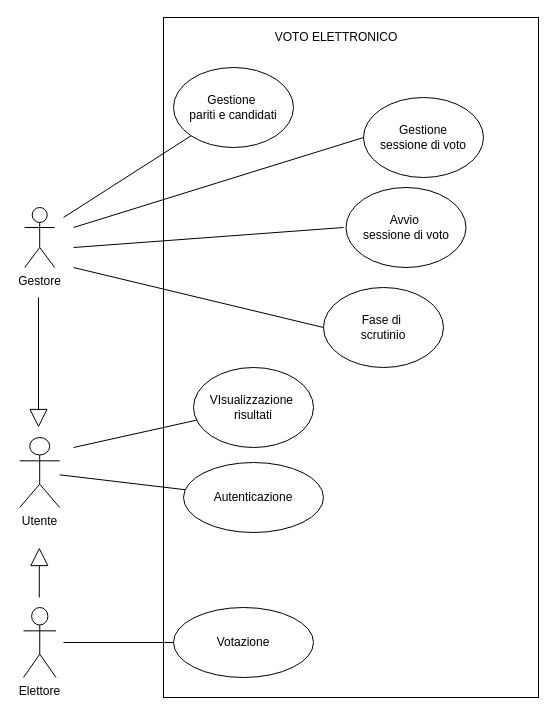
Above: page "Pagina-1" (1 of 2) of docs/Casi d'uso.drawio in gbrsni/votoElettronico (draw.io), before the change. Source tidied: cells renumbered, new cells numbered last; positions are measured from the earlier drawing's top-left corner, leaving out a move shared by most shapes. Both pictures are drawn from the tidied source at 100%, with x=0, y=0 at pixel (19, 17).
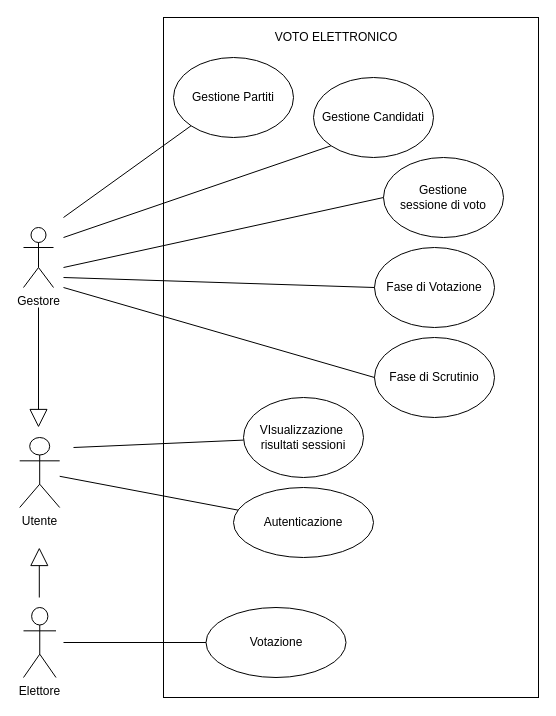
Above is the later version.

Commit message (it also covers changes not shown here):
divisione casi d'uso partiti e candidati

Diff of the diagram source:
```diff
@@
     <mxCell id="6" value="Gestore" style="shape=umlActor;verticalLabelPosition=bottom;verticalAlign=top;html=1;" parent="1" vertex="1">
-      <mxGeometry x="5.2" y="190" width="30" height="60" as="geometry" />
+      <mxGeometry x="4" y="210" width="30" height="60" as="geometry" />
     </mxCell>
@@
     <mxCell id="8" value="Gestione&lt;br&gt;sessione di voto&lt;br&gt;" style="ellipse;whiteSpace=wrap;html=1;" parent="1" vertex="1">
-      <mxGeometry x="344" y="80" width="120" height="80" as="geometry" />
+      <mxGeometry x="364" y="140" width="120" height="80" as="geometry" />
     </mxCell>
-    <mxCell id="9" value="Avvio&amp;nbsp;&lt;br&gt;sessione di voto" style="ellipse;whiteSpace=wrap;html=1;" parent="1" vertex="1">
-      <mxGeometry x="326.5" y="170" width="120" height="80" as="geometry" />
+    <mxCell id="9" value="Fase di Votazione" style="ellipse;whiteSpace=wrap;html=1;" parent="1" vertex="1">
+      <mxGeometry x="355" y="230" width="120" height="80" as="geometry" />
     </mxCell>
     <mxCell id="10" style="endArrow=none;html=1;rounded=0;exitX=0;exitY=0.5;exitDx=0;exitDy=0;" parent="1" edge="1" source="8">
       <mxGeometry relative="1" as="geometry">
-        <mxPoint x="54" y="210" as="targetPoint" />
+        <mxPoint x="44" y="250" as="targetPoint" />
       </mxGeometry>
     </mxCell>
-    <mxCell id="11" value="Fase di&amp;nbsp;&lt;br&gt;scrutinio" style="ellipse;whiteSpace=wrap;html=1;" parent="1" vertex="1">
-      <mxGeometry x="304" y="270" width="120" height="80" as="geometry" />
+    <mxCell id="11" value="Fase di Scrutinio" style="ellipse;whiteSpace=wrap;html=1;" parent="1" vertex="1">
+      <mxGeometry x="355" y="320" width="120" height="80" as="geometry" />
     </mxCell>
     <mxCell id="12" style="endArrow=none;html=1;rounded=0;entryX=0;entryY=0.5;entryDx=0;entryDy=0;" parent="1" edge="1" target="11">
       <mxGeometry relative="1" as="geometry">
-        <mxPoint x="54" y="250" as="sourcePoint" />
+        <mxPoint x="44" y="270" as="sourcePoint" />
       </mxGeometry>
     </mxCell>
     <mxCell id="13" style="endArrow=block;endSize=16;endFill=0;html=1;rounded=0;" parent="1" edge="1">
       <mxGeometry x="-0.12" y="-30" relative="1" as="geometry">
-        <mxPoint x="19" y="280" as="sourcePoint" />
+        <mxPoint x="19" y="290" as="sourcePoint" />
         <mxPoint x="19" y="410" as="targetPoint" />
       </mxGeometry>
     </mxCell>
@@
     <mxCell id="15" value="Votazione" style="ellipse;whiteSpace=wrap;html=1;" parent="1" vertex="1">
-      <mxGeometry x="154" y="590" width="140" height="70" as="geometry" />
+      <mxGeometry x="186.5" y="590" width="140" height="70" as="geometry" />
     </mxCell>
     <mxCell id="16" value="Autenticazione" style="ellipse;whiteSpace=wrap;html=1;fillColor=none;" parent="1" vertex="1">
-      <mxGeometry x="164" y="445" width="140" height="70" as="geometry" />
+      <mxGeometry x="214" y="470" width="140" height="70" as="geometry" />
     </mxCell>
@@
-    <mxCell id="18" value="Gestione&amp;nbsp;&lt;br&gt;pariti e candidati" style="ellipse;whiteSpace=wrap;html=1;" parent="1" vertex="1">
-      <mxGeometry x="154" y="50" width="120" height="80" as="geometry" />
+    <mxCell id="18" value="Gestione Partiti" style="ellipse;whiteSpace=wrap;html=1;" parent="1" vertex="1">
+      <mxGeometry x="154" y="40" width="120" height="80" as="geometry" />
     </mxCell>
@@
-    <mxCell id="20" style="endArrow=none;html=1;rounded=0;" parent="1" edge="1">
+    <mxCell id="20" style="endArrow=none;html=1;rounded=0;entryX=0;entryY=0.5;entryDx=0;entryDy=0;" parent="1" edge="1" target="9">
       <mxGeometry relative="1" as="geometry">
-        <mxPoint x="54" y="230" as="sourcePoint" />
-        <mxPoint x="324" y="210" as="targetPoint" />
+        <mxPoint x="44" y="260" as="sourcePoint" />
       </mxGeometry>
     </mxCell>
-    <mxCell id="21" value="VIsualizzazione&amp;nbsp;&lt;br&gt;risultati" style="ellipse;whiteSpace=wrap;html=1;" parent="1" vertex="1">
-      <mxGeometry x="174" y="350" width="120" height="80" as="geometry" />
+    <mxCell id="21" value="VIsualizzazione&amp;nbsp;&lt;br&gt;risultati sessioni&lt;br&gt;" style="ellipse;whiteSpace=wrap;html=1;" parent="1" vertex="1">
+      <mxGeometry x="224" y="380" width="120" height="80" as="geometry" />
     </mxCell>
@@
+    <mxCell id="23" value="Gestione Candidati" style="ellipse;whiteSpace=wrap;html=1;" parent="1" vertex="1">
+      <mxGeometry x="294" y="60" width="120" height="80" as="geometry" />
+    </mxCell>
+    <mxCell id="24" style="endArrow=none;html=1;rounded=0;exitX=0;exitY=1;exitDx=0;exitDy=0;" parent="1" edge="1" source="23">
+      <mxGeometry relative="1" as="geometry">
+        <mxPoint x="44" y="220" as="targetPoint" />
+      </mxGeometry>
+    </mxCell>
```
